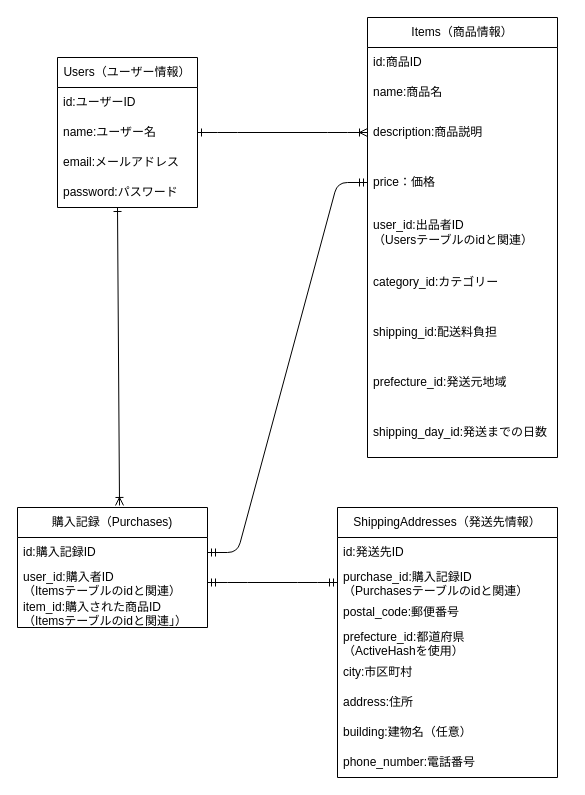
The draw.io diagram app/views/layouts/test.dio in yutaka41249/furima-41249, before the edit. Source tidied: cells renumbered, new cells numbered last; positions are measured from the earlier drawing's top-left corner, leaving out a move shared by most shapes. Both pictures are drawn from the tidied source at 100%, with x=0, y=0 at pixel (17, 17).
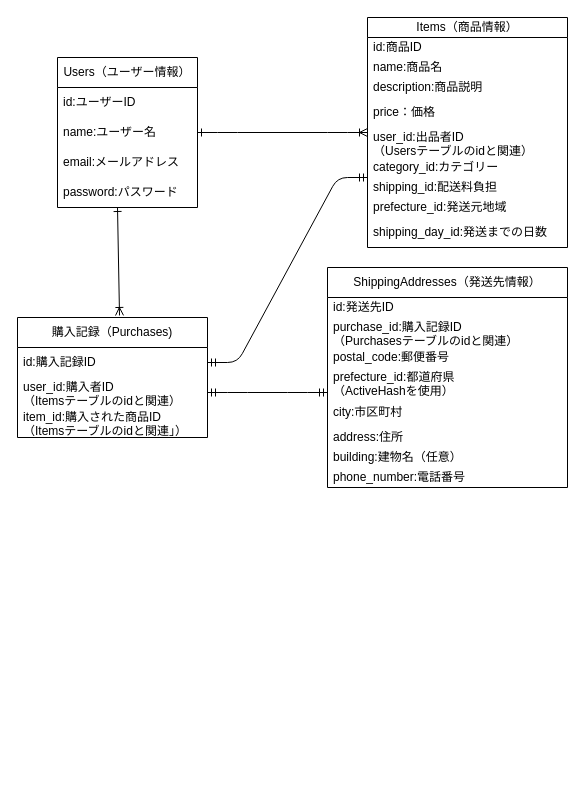
The same diagram, later.

The change refers to these unchanged cells:
```xml
<mxCell id="20" value="id:購入記録ID" style="text;strokeColor=none;fillColor=none;align=left;verticalAlign=middle;spacingLeft=4;spacingRight=4;overflow=hidden;points=[[0,0.5],[1,0.5]];portConstraint=eastwest;whiteSpace=wrap;html=1;" parent="19" vertex="1">
  <mxGeometry y="30" width="190" height="30" as="geometry" />
</mxCell>
<mxCell id="21" value="user_id:購入者ID&lt;br&gt;（Itemsテーブルのidと関連）" style="text;strokeColor=none;fillColor=none;align=left;verticalAlign=middle;spacingLeft=4;spacingRight=4;overflow=hidden;points=[[0,0.5],[1,0.5]];portConstraint=eastwest;whiteSpace=wrap;html=1;" parent="19" vertex="1">
  <mxGeometry y="60" width="190" height="30" as="geometry" />
</mxCell>
```

Diff of the diagram source:
```diff
@@
-    <mxCell id="9" value="Items（商品情報）" style="swimlane;fontStyle=0;horizontal=1;startSize=30;whiteSpace=wrap;html=1;" parent="1" vertex="1">
-      <mxGeometry x="350" width="190" height="440" as="geometry" />
+    <mxCell id="9" value="Items（商品情報）" style="swimlane;fontStyle=0;horizontal=1;startSize=20;whiteSpace=wrap;html=1;" parent="1" vertex="1">
+      <mxGeometry x="350" width="200" height="230" as="geometry" />
     </mxCell>
     <mxCell id="10" value="id:商品ID" style="text;strokeColor=none;fillColor=none;align=left;verticalAlign=middle;spacingLeft=4;spacingRight=4;overflow=hidden;whiteSpace=wrap;html=1;" parent="9" vertex="1">
-      <mxGeometry y="30" width="190" height="30" as="geometry" />
+      <mxGeometry y="20" width="200" height="20" as="geometry" />
     </mxCell>
     <mxCell id="11" value="name:商品名" style="text;strokeColor=none;fillColor=none;align=left;verticalAlign=middle;spacingLeft=4;spacingRight=4;overflow=hidden;whiteSpace=wrap;html=1;" parent="9" vertex="1">
-      <mxGeometry y="60" width="190" height="30" as="geometry" />
+      <mxGeometry y="40" width="200" height="20" as="geometry" />
     </mxCell>
     <mxCell id="12" value="description:商品説明" style="text;strokeColor=none;fillColor=none;align=left;verticalAlign=middle;spacingLeft=4;spacingRight=4;overflow=hidden;whiteSpace=wrap;html=1;" parent="9" vertex="1">
-      <mxGeometry y="90" width="190" height="50" as="geometry" />
+      <mxGeometry y="60" width="200" height="20" as="geometry" />
     </mxCell>
     <mxCell id="13" value="price：価格" style="text;strokeColor=none;fillColor=none;align=left;verticalAlign=middle;spacingLeft=4;spacingRight=4;overflow=hidden;points=[[0,0.5],[1,0.5]];portConstraint=eastwest;whiteSpace=wrap;html=1;" parent="9" vertex="1">
-      <mxGeometry y="140" width="190" height="50" as="geometry" />
+      <mxGeometry y="80" width="200" height="30" as="geometry" />
     </mxCell>
     <mxCell id="14" value="user_id:出品者ID&lt;br&gt;（Usersテーブルのidと関連）" style="text;strokeColor=none;fillColor=none;align=left;verticalAlign=middle;spacingLeft=4;spacingRight=4;overflow=hidden;whiteSpace=wrap;html=1;" parent="9" vertex="1">
-      <mxGeometry y="190" width="190" height="50" as="geometry" />
+      <mxGeometry y="110" width="200" height="30" as="geometry" />
     </mxCell>
     <mxCell id="15" value="category_id:カテゴリー" style="text;strokeColor=none;fillColor=none;align=left;verticalAlign=middle;spacingLeft=4;spacingRight=4;overflow=hidden;whiteSpace=wrap;html=1;" parent="9" vertex="1">
-      <mxGeometry y="240" width="190" height="50" as="geometry" />
+      <mxGeometry y="140" width="200" height="20" as="geometry" />
     </mxCell>
     <mxCell id="16" value="shipping_id:配送料負担" style="text;strokeColor=none;fillColor=none;align=left;verticalAlign=middle;spacingLeft=4;spacingRight=4;overflow=hidden;points=[[0,0.5],[1,0.5]];portConstraint=eastwest;whiteSpace=wrap;html=1;" parent="9" vertex="1">
-      <mxGeometry y="290" width="190" height="50" as="geometry" />
+      <mxGeometry y="160" width="200" height="20" as="geometry" />
     </mxCell>
     <mxCell id="17" value="prefecture_id:発送元地域" style="text;strokeColor=none;fillColor=none;align=left;verticalAlign=middle;spacingLeft=4;spacingRight=4;overflow=hidden;whiteSpace=wrap;html=1;" parent="9" vertex="1">
-      <mxGeometry y="340" width="190" height="50" as="geometry" />
+      <mxGeometry y="180" width="200" height="20" as="geometry" />
     </mxCell>
     <mxCell id="18" value="shipping_day_id:発送までの日数" style="text;strokeColor=none;fillColor=none;align=left;verticalAlign=middle;spacingLeft=4;spacingRight=4;overflow=hidden;whiteSpace=wrap;html=1;" parent="9" vertex="1">
-      <mxGeometry y="390" width="190" height="50" as="geometry" />
+      <mxGeometry y="200" width="200" height="30" as="geometry" />
     </mxCell>
     <mxCell id="19" value="購入記録（Purchases)" style="swimlane;fontStyle=0;horizontal=1;startSize=30;whiteSpace=wrap;html=1;" parent="1" vertex="1">
-      <mxGeometry y="490" width="190" height="120" as="geometry" />
+      <mxGeometry y="300" width="190" height="120" as="geometry" />
     </mxCell>
@@
     <mxCell id="23" value="ShippingAddresses（発送先情報）" style="swimlane;fontStyle=0;horizontal=1;startSize=30;whiteSpace=wrap;html=1;" parent="1" vertex="1">
-      <mxGeometry x="320" y="490" width="220" height="270" as="geometry" />
+      <mxGeometry x="310" y="250" width="240" height="220" as="geometry" />
     </mxCell>
     <mxCell id="24" value="id:発送先ID" style="text;strokeColor=none;fillColor=none;align=left;verticalAlign=middle;spacingLeft=4;spacingRight=4;overflow=hidden;whiteSpace=wrap;html=1;" parent="23" vertex="1">
-      <mxGeometry y="30" width="220" height="30" as="geometry" />
+      <mxGeometry y="30" width="240" height="20" as="geometry" />
     </mxCell>
     <mxCell id="25" value="purchase_id:購入記録ID&lt;br&gt;（Purchasesテーブルのidと関連）" style="text;strokeColor=none;fillColor=none;align=left;verticalAlign=middle;spacingLeft=4;spacingRight=4;overflow=hidden;points=[[0,0.5],[1,0.5]];portConstraint=eastwest;whiteSpace=wrap;html=1;" parent="23" vertex="1">
-      <mxGeometry y="60" width="220" height="30" as="geometry" />
+      <mxGeometry y="50" width="240" height="30" as="geometry" />
     </mxCell>
     <mxCell id="26" value="postal_code:郵便番号" style="text;strokeColor=none;fillColor=none;align=left;verticalAlign=middle;spacingLeft=4;spacingRight=4;overflow=hidden;whiteSpace=wrap;html=1;" parent="23" vertex="1">
-      <mxGeometry y="90" width="220" height="30" as="geometry" />
+      <mxGeometry y="80" width="240" height="20" as="geometry" />
     </mxCell>
     <mxCell id="27" value="prefecture_id:都道府県&lt;br&gt;（ActiveHashを使用）" style="text;strokeColor=none;fillColor=none;align=left;verticalAlign=middle;spacingLeft=4;spacingRight=4;overflow=hidden;whiteSpace=wrap;html=1;" parent="23" vertex="1">
-      <mxGeometry y="120" width="220" height="30" as="geometry" />
+      <mxGeometry y="100" width="240" height="30" as="geometry" />
     </mxCell>
     <mxCell id="28" value="city:市区町村" style="text;strokeColor=none;fillColor=none;align=left;verticalAlign=middle;spacingLeft=4;spacingRight=4;overflow=hidden;whiteSpace=wrap;html=1;" parent="23" vertex="1">
-      <mxGeometry y="150" width="220" height="30" as="geometry" />
+      <mxGeometry y="130" width="240" height="30" as="geometry" />
     </mxCell>
     <mxCell id="29" value="address:住所" style="text;strokeColor=none;fillColor=none;align=left;verticalAlign=middle;spacingLeft=4;spacingRight=4;overflow=hidden;whiteSpace=wrap;html=1;" parent="23" vertex="1">
-      <mxGeometry y="180" width="220" height="30" as="geometry" />
+      <mxGeometry y="160" width="240" height="20" as="geometry" />
     </mxCell>
     <mxCell id="30" value="building:建物名（任意）" style="text;strokeColor=none;fillColor=none;align=left;verticalAlign=middle;spacingLeft=4;spacingRight=4;overflow=hidden;whiteSpace=wrap;html=1;" parent="23" vertex="1">
-      <mxGeometry y="210" width="220" height="30" as="geometry" />
+      <mxGeometry y="180" width="240" height="20" as="geometry" />
     </mxCell>
     <mxCell id="31" value="phone_number:電話番号" style="text;strokeColor=none;fillColor=none;align=left;verticalAlign=middle;spacingLeft=4;spacingRight=4;overflow=hidden;whiteSpace=wrap;html=1;" parent="23" vertex="1">
-      <mxGeometry y="240" width="220" height="30" as="geometry" />
+      <mxGeometry y="200" width="240" height="20" as="geometry" />
     </mxCell>
@@
-    <mxCell id="33" style="edgeStyle=entityRelationEdgeStyle;fontSize=12;html=1;endArrow=ERmandOne;startArrow=ERmandOne;exitX=1;exitY=0.5;exitDx=0;exitDy=0;entryX=0;entryY=0.5;entryDx=0;entryDy=0;" parent="1" edge="1" source="21" target="25">
-      <mxGeometry relative="1" as="geometry" />
+    <mxCell id="33" style="edgeStyle=entityRelationEdgeStyle;fontSize=12;html=1;endArrow=ERmandOne;startArrow=ERmandOne;exitX=1;exitY=0.5;exitDx=0;exitDy=0;" parent="1" edge="1" source="21">
+      <mxGeometry relative="1" as="geometry">
+        <mxPoint x="310" y="375" as="targetPoint" />
+      </mxGeometry>
     </mxCell>
-    <mxCell id="34" style="edgeStyle=entityRelationEdgeStyle;fontSize=12;html=1;endArrow=ERmandOne;startArrow=ERmandOne;exitX=1;exitY=0.5;exitDx=0;exitDy=0;entryX=0;entryY=0.5;entryDx=0;entryDy=0;" parent="1" edge="1" source="20" target="13">
+    <mxCell id="34" style="edgeStyle=entityRelationEdgeStyle;fontSize=12;html=1;endArrow=ERmandOne;startArrow=ERmandOne;exitX=1;exitY=0.5;exitDx=0;exitDy=0;entryX=0;entryY=0;entryDx=0;entryDy=0;entryPerimeter=0;" parent="1" edge="1" source="20" target="16">
       <mxGeometry relative="1" as="geometry" />
     </mxCell>
```
